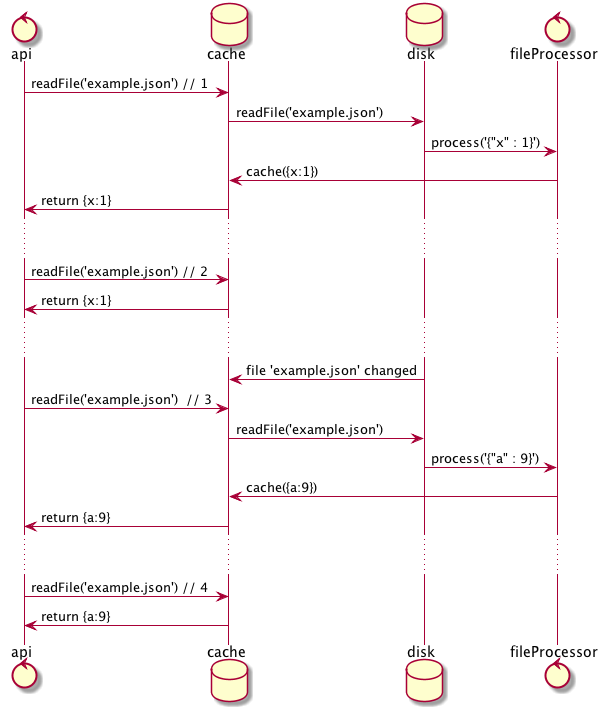
jantimon/hot-file-cache keeps this PlantUML diagram as flow.png. Above is the earlier version. Its source is kept beside it as flow.puml.
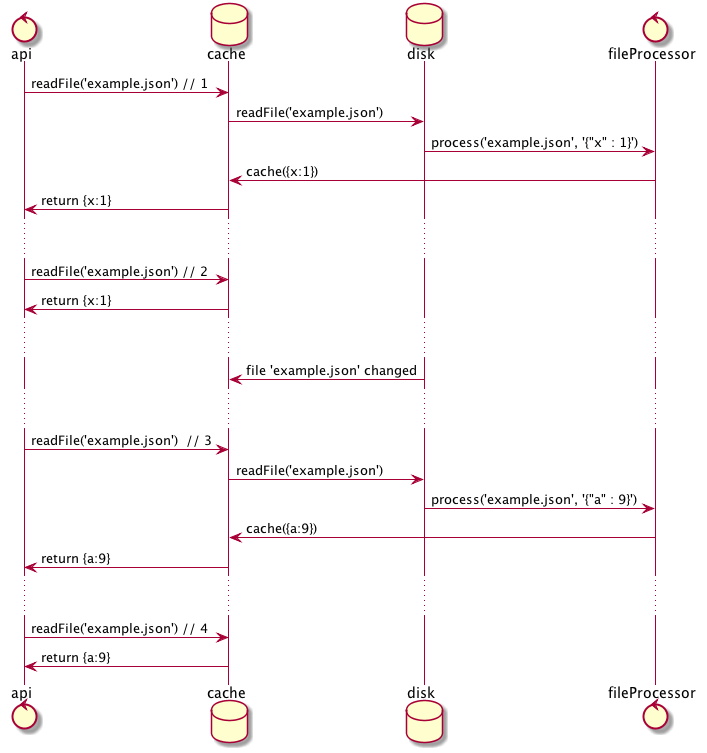
Above is the later version.

Diff of the diagram source:
```diff
@@ -7,7 +7,7 @@
 
 api -> cache : readFile('example.json') // 1
 cache -> disk : readFile('example.json')
-disk -> fileProcessor : process('{"x" : 1}')
+disk -> fileProcessor : process('example.json', '{"x" : 1}')
 fileProcessor -> cache : cache({x:1})
 cache -> api: return {x:1}
 ... ...
@@ -15,9 +15,10 @@
 cache -> api: return {x:1}
 ... ...
 disk -> cache : file 'example.json' changed
+... ...
 api -> cache : readFile('example.json')  // 3
 cache -> disk : readFile('example.json')
-disk -> fileProcessor : process('{"a" : 9}')
+disk -> fileProcessor : process('example.json', '{"a" : 9}')
 fileProcessor -> cache : cache({a:9})
 cache -> api: return {a:9}
 ... ...
```
